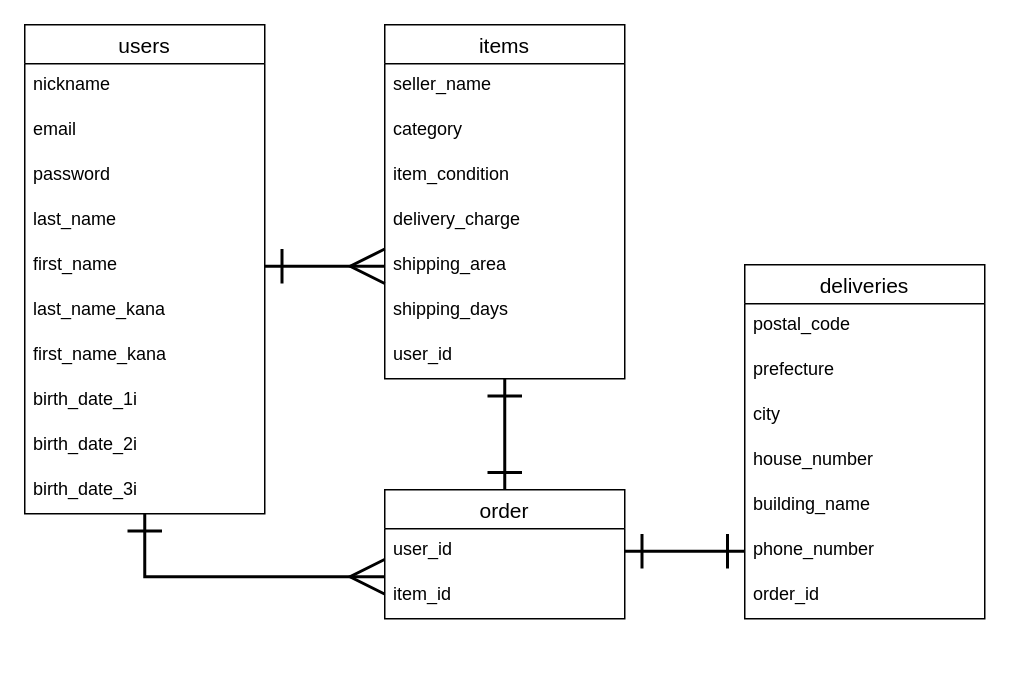
Fujisan-3776/furima-30592 keeps this draw.io diagram as er.dio. Above is the earlier version. Source tidied: cells renumbered, new cells numbered last; positions are measured from the earlier drawing's top-left corner, leaving out a move shared by most shapes. Both pictures are drawn from the tidied source at 150%, with x=0, y=0 at pixel (24, 24).
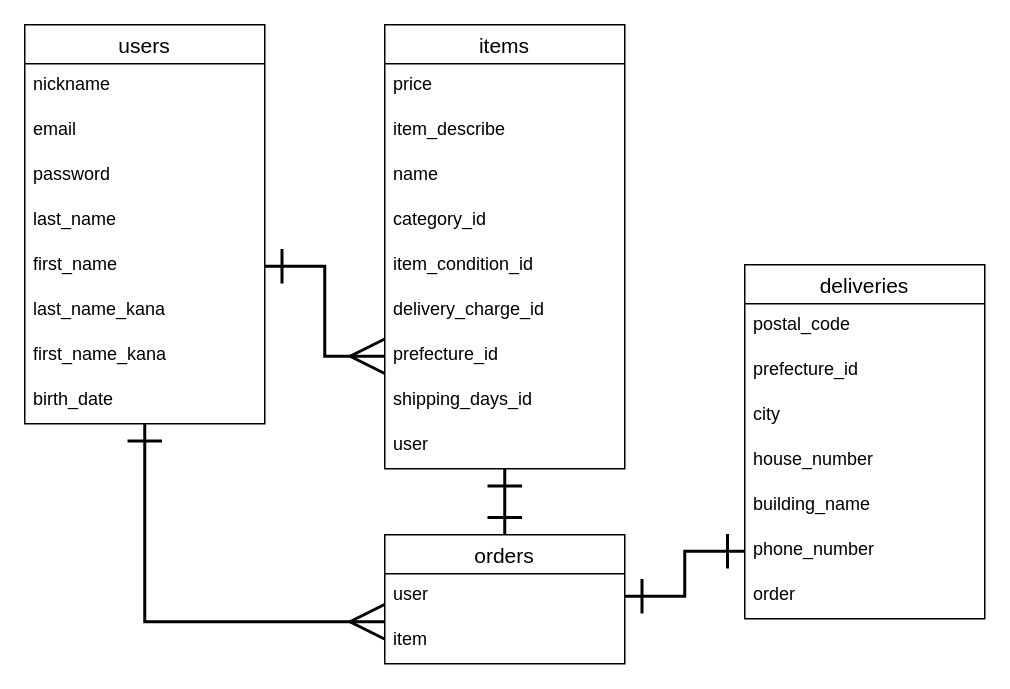
After the change.

Unchanged cells that the change refers to:
```xml
<mxCell id="27" value="deliveries" style="swimlane;fontStyle=0;horizontal=1;startSize=26;align=center;fontSize=14;" parent="1" vertex="1">
  <mxGeometry x="480" y="160" width="160" height="236" as="geometry" />
</mxCell>
```

Change to the diagram source:
```diff
@@
     <mxCell id="3" value="users" style="swimlane;fontStyle=0;horizontal=1;startSize=26;align=center;fontSize=14;" parent="1" vertex="1">
-      <mxGeometry width="160" height="326" as="geometry" />
+      <mxGeometry width="160" height="266" as="geometry" />
     </mxCell>
@@
-    <mxCell id="11" value="birth_date_1i" style="text;strokeColor=none;fillColor=none;spacingLeft=4;spacingRight=4;overflow=hidden;fontSize=12;" parent="3" vertex="1">
+    <mxCell id="11" value="birth_date" style="text;strokeColor=none;fillColor=none;spacingLeft=4;spacingRight=4;overflow=hidden;fontSize=12;" parent="3" vertex="1">
       <mxGeometry y="236" width="160" height="30" as="geometry" />
     </mxCell>
-    <mxCell id="12" value="birth_date_2i" style="text;strokeColor=none;fillColor=none;spacingLeft=4;spacingRight=4;overflow=hidden;fontSize=12;" parent="3" vertex="1">
-      <mxGeometry y="266" width="160" height="30" as="geometry" />
-    </mxCell>
-    <mxCell id="13" value="birth_date_3i" style="text;strokeColor=none;fillColor=none;spacingLeft=4;spacingRight=4;overflow=hidden;fontSize=12;" parent="3" vertex="1">
-      <mxGeometry y="296" width="160" height="30" as="geometry" />
-    </mxCell>
@@
     <mxCell id="15" value="items" style="swimlane;fontStyle=0;horizontal=1;startSize=26;align=center;fontSize=14;" parent="1" vertex="1">
-      <mxGeometry x="240" width="160" height="236" as="geometry" />
+      <mxGeometry x="240" width="160" height="296" as="geometry" />
     </mxCell>
+    <mxCell id="36" value="price" style="text;strokeColor=none;fillColor=none;spacingLeft=4;spacingRight=4;overflow=hidden;fontSize=12;" parent="15" vertex="1">
+      <mxGeometry y="26" width="160" height="30" as="geometry" />
+    </mxCell>
+    <mxCell id="37" value="item_describe" style="text;strokeColor=none;fillColor=none;spacingLeft=4;spacingRight=4;overflow=hidden;fontSize=12;" parent="15" vertex="1">
+      <mxGeometry y="56" width="160" height="30" as="geometry" />
+    </mxCell>
-    <mxCell id="16" value="seller_name" style="text;strokeColor=none;fillColor=none;spacingLeft=4;spacingRight=4;overflow=hidden;fontSize=12;" parent="15" vertex="1">
-      <mxGeometry y="26" width="160" height="30" as="geometry" />
+    <mxCell id="16" value="name" style="text;strokeColor=none;fillColor=none;spacingLeft=4;spacingRight=4;overflow=hidden;fontSize=12;" parent="15" vertex="1">
+      <mxGeometry y="86" width="160" height="30" as="geometry" />
     </mxCell>
-    <mxCell id="17" value="category" style="text;strokeColor=none;fillColor=none;spacingLeft=4;spacingRight=4;overflow=hidden;fontSize=12;" parent="15" vertex="1">
-      <mxGeometry y="56" width="160" height="30" as="geometry" />
+    <mxCell id="17" value="category_id" style="text;strokeColor=none;fillColor=none;spacingLeft=4;spacingRight=4;overflow=hidden;fontSize=12;" parent="15" vertex="1">
+      <mxGeometry y="116" width="160" height="30" as="geometry" />
     </mxCell>
-    <mxCell id="18" value="item_condition" style="text;strokeColor=none;fillColor=none;spacingLeft=4;spacingRight=4;overflow=hidden;fontSize=12;" parent="15" vertex="1">
-      <mxGeometry y="86" width="160" height="30" as="geometry" />
+    <mxCell id="18" value="item_condition_id" style="text;strokeColor=none;fillColor=none;spacingLeft=4;spacingRight=4;overflow=hidden;fontSize=12;" parent="15" vertex="1">
+      <mxGeometry y="146" width="160" height="30" as="geometry" />
     </mxCell>
-    <mxCell id="19" value="delivery_charge" style="text;strokeColor=none;fillColor=none;spacingLeft=4;spacingRight=4;overflow=hidden;fontSize=12;" parent="15" vertex="1">
-      <mxGeometry y="116" width="160" height="30" as="geometry" />
+    <mxCell id="19" value="delivery_charge_id" style="text;strokeColor=none;fillColor=none;spacingLeft=4;spacingRight=4;overflow=hidden;fontSize=12;" parent="15" vertex="1">
+      <mxGeometry y="176" width="160" height="30" as="geometry" />
     </mxCell>
-    <mxCell id="20" value="shipping_area" style="text;strokeColor=none;fillColor=none;spacingLeft=4;spacingRight=4;overflow=hidden;points=[[0,0.5],[1,0.5]];portConstraint=eastwest;fontSize=12;" parent="15" vertex="1">
-      <mxGeometry y="146" width="160" height="30" as="geometry" />
+    <mxCell id="20" value="prefecture_id" style="text;strokeColor=none;fillColor=none;spacingLeft=4;spacingRight=4;overflow=hidden;points=[[0,0.5],[1,0.5]];portConstraint=eastwest;fontSize=12;" parent="15" vertex="1">
+      <mxGeometry y="206" width="160" height="30" as="geometry" />
     </mxCell>
-    <mxCell id="21" value="shipping_days" style="text;strokeColor=none;fillColor=none;spacingLeft=4;spacingRight=4;overflow=hidden;fontSize=12;" parent="15" vertex="1">
-      <mxGeometry y="176" width="160" height="30" as="geometry" />
+    <mxCell id="21" value="shipping_days_id" style="text;strokeColor=none;fillColor=none;spacingLeft=4;spacingRight=4;overflow=hidden;fontSize=12;" parent="15" vertex="1">
+      <mxGeometry y="236" width="160" height="30" as="geometry" />
     </mxCell>
-    <mxCell id="22" value="user_id" style="text;strokeColor=none;fillColor=none;spacingLeft=4;spacingRight=4;overflow=hidden;fontSize=12;" parent="15" vertex="1">
-      <mxGeometry y="206" width="160" height="30" as="geometry" />
+    <mxCell id="22" value="user" style="text;strokeColor=none;fillColor=none;spacingLeft=4;spacingRight=4;overflow=hidden;fontSize=12;" parent="15" vertex="1">
+      <mxGeometry y="266" width="160" height="30" as="geometry" />
     </mxCell>
@@
-    <mxCell id="24" value="order" style="swimlane;fontStyle=0;horizontal=1;startSize=26;align=center;fontSize=14;" parent="1" vertex="1">
-      <mxGeometry x="240" y="310" width="160" height="86" as="geometry" />
-    </mxCell>
-    <mxCell id="25" value="user_id" style="text;strokeColor=none;fillColor=none;spacingLeft=4;spacingRight=4;overflow=hidden;points=[[0,0.5],[1,0.5]];portConstraint=eastwest;fontSize=12;" parent="24" vertex="1">
-      <mxGeometry y="26" width="160" height="30" as="geometry" />
-    </mxCell>
-    <mxCell id="26" value="item_id" style="text;strokeColor=none;fillColor=none;spacingLeft=4;spacingRight=4;overflow=hidden;points=[[0,0.5],[1,0.5]];portConstraint=eastwest;fontSize=12;" parent="24" vertex="1">
-      <mxGeometry y="56" width="160" height="30" as="geometry" />
-    </mxCell>
@@
-    <mxCell id="29" value="prefecture" style="text;strokeColor=none;fillColor=none;spacingLeft=4;spacingRight=4;overflow=hidden;fontSize=12;" parent="27" vertex="1">
+    <mxCell id="29" value="prefecture_id" style="text;strokeColor=none;fillColor=none;spacingLeft=4;spacingRight=4;overflow=hidden;fontSize=12;" parent="27" vertex="1">
       <mxGeometry y="56" width="160" height="30" as="geometry" />
     </mxCell>
@@
-    <mxCell id="34" value="order_id" style="text;strokeColor=none;fillColor=none;spacingLeft=4;spacingRight=4;overflow=hidden;fontSize=12;" parent="27" vertex="1">
+    <mxCell id="34" value="order" style="text;strokeColor=none;fillColor=none;spacingLeft=4;spacingRight=4;overflow=hidden;fontSize=12;" parent="27" vertex="1">
       <mxGeometry y="206" width="160" height="30" as="geometry" />
     </mxCell>
@@
+    <mxCell id="24" value="orders" style="swimlane;fontStyle=0;horizontal=1;startSize=26;align=center;fontSize=14;" parent="1" vertex="1">
+      <mxGeometry x="240" y="340" width="160" height="86" as="geometry" />
+    </mxCell>
+    <mxCell id="25" value="user" style="text;strokeColor=none;fillColor=none;spacingLeft=4;spacingRight=4;overflow=hidden;points=[[0,0.5],[1,0.5]];portConstraint=eastwest;fontSize=12;" parent="24" vertex="1">
+      <mxGeometry y="26" width="160" height="30" as="geometry" />
+    </mxCell>
+    <mxCell id="26" value="item" style="text;strokeColor=none;fillColor=none;spacingLeft=4;spacingRight=4;overflow=hidden;points=[[0,0.5],[1,0.5]];portConstraint=eastwest;fontSize=12;" parent="24" vertex="1">
+      <mxGeometry y="56" width="160" height="30" as="geometry" />
+    </mxCell>
```
